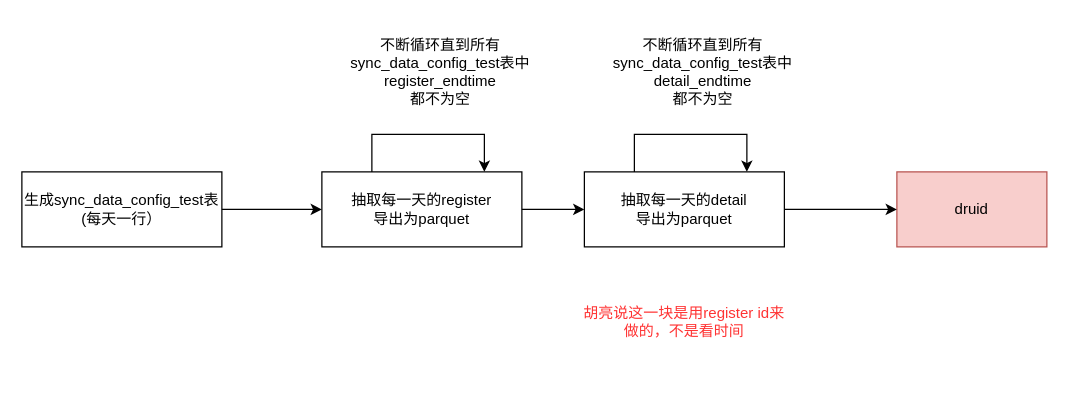
Above: 张家港-etl.drawio in XiaoLiuAI/diagrams (draw.io), before the change. Source tidied: cells renumbered, new cells numbered last; positions are measured from the earlier drawing's top-left corner, leaving out a move shared by most shapes. Both pictures are drawn from the tidied source at 125%, with x=0, y=0 at pixel (21, 21).
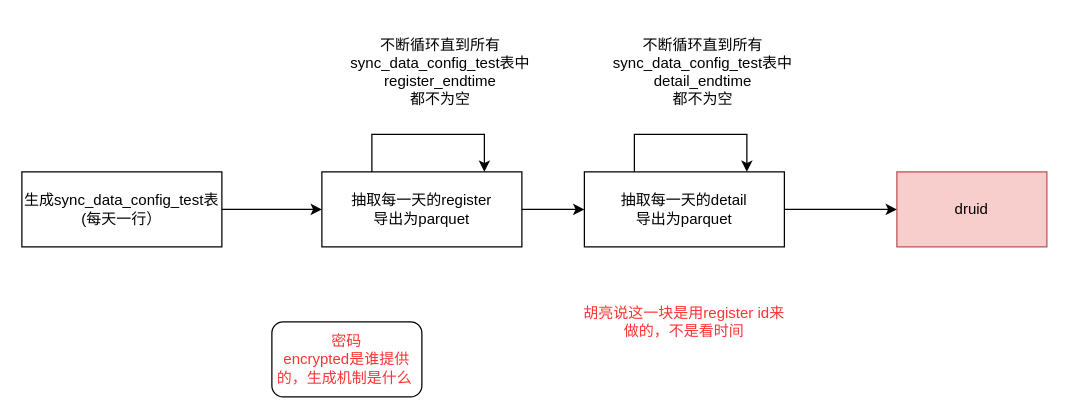
Above is the later version.

Commit message (it also covers changes not shown here):
更新张家港-etl.drawio

Diff of the diagram source:
```diff
@@
+    <mxCell id="14" value="密码&lt;br&gt;encrypted是谁提供的，生成机制是什么&amp;nbsp;" style="rounded=1;whiteSpace=wrap;html=1;fontColor=#FF3333;" parent="1" vertex="1">
+      <mxGeometry x="200" y="240" width="120" height="60" as="geometry" />
+    </mxCell>
```
